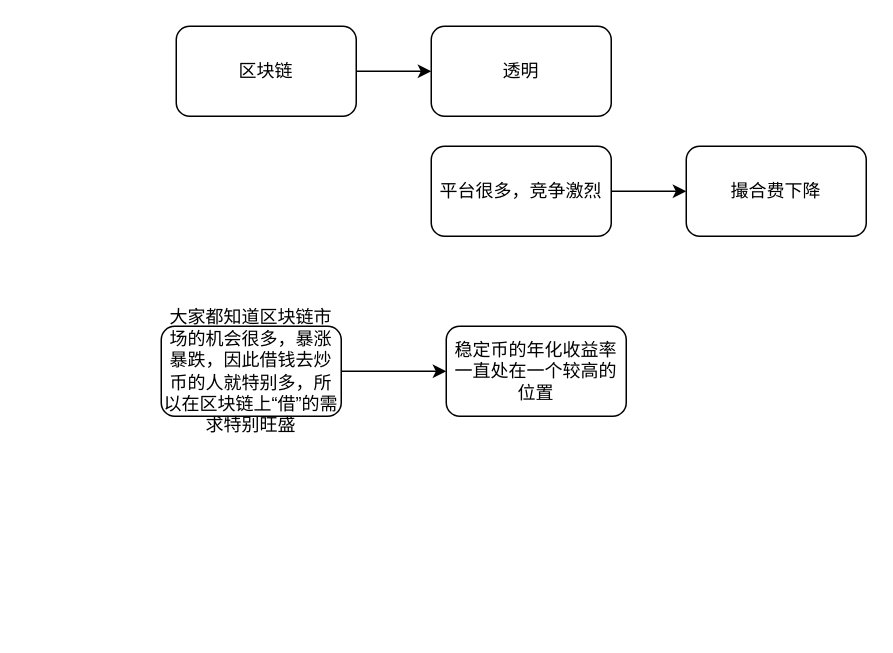
This is web3.drawio from yanhanfrontend/draw.io.workspace, a draw.io file, before an edit. Source tidied: cells renumbered, new cells numbered last; positions are measured from the earlier drawing's top-left corner, leaving out a move shared by most shapes. Both pictures are drawn from the tidied source at 150%, with x=0, y=0 at pixel (160, 26).
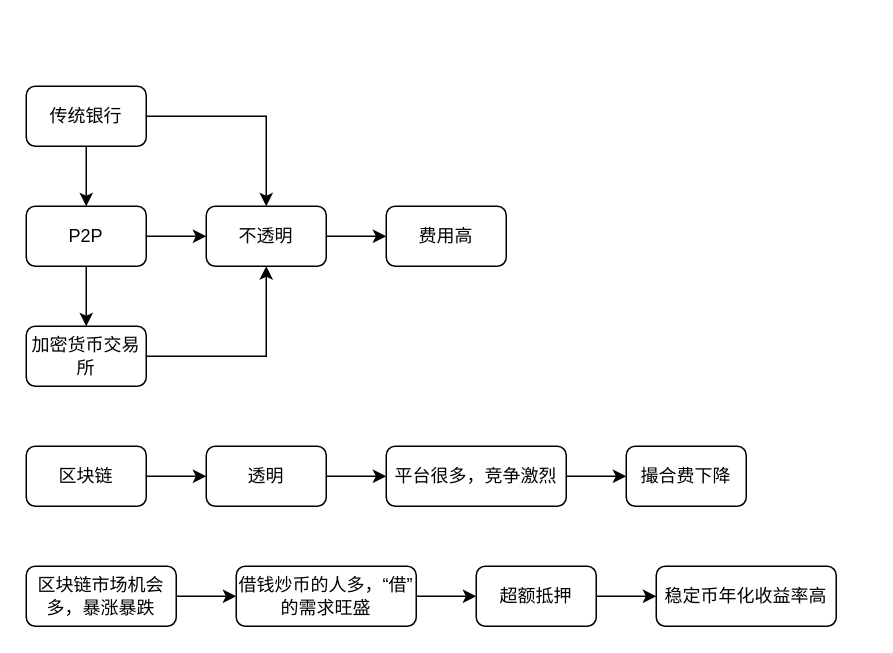
Above is the later version.

Diff of the diagram source:
```diff
@@
-    <mxCell id="2" style="edgeStyle=orthogonalEdgeStyle;rounded=0;jettySize=auto;html=1;" parent="1" edge="1" source="3" target="4">
-      <mxGeometry relative="1" as="geometry" />
-    </mxCell>
+    <mxCell id="11" style="edgeStyle=orthogonalEdgeStyle;rounded=0;jettySize=auto;html=1;" parent="1" edge="1" source="3" target="27">
+      <mxGeometry relative="1" as="geometry" />
+    </mxCell>
-    <mxCell id="3" value="大家都知道区块链市场的机会很多，暴涨暴跌，因此借钱去炒币的人就特别多，所以在区块链上“借”的需求特别旺盛" style="rounded=1;whiteSpace=wrap;html=1;" parent="1" vertex="1">
-      <mxGeometry y="200" width="120" height="60" as="geometry" />
+    <mxCell id="3" value="借钱炒币的人多，“借”的需求旺盛" style="rounded=1;whiteSpace=wrap;html=1;" parent="1" vertex="1">
+      <mxGeometry x="50" y="360" width="120" height="40" as="geometry" />
     </mxCell>
-    <mxCell id="4" value="稳定币的年化收益率一直处在一个较高的位置" style="rounded=1;whiteSpace=wrap;html=1;" parent="1" vertex="1">
-      <mxGeometry x="190" y="200" width="120" height="60" as="geometry" />
+    <mxCell id="4" value="稳定币年化收益率高" style="rounded=1;whiteSpace=wrap;html=1;" parent="1" vertex="1">
+      <mxGeometry x="330" y="360" width="120" height="40" as="geometry" />
     </mxCell>
@@
     <mxCell id="6" value="区块链" style="rounded=1;whiteSpace=wrap;html=1;" parent="1" vertex="1">
-      <mxGeometry x="10" width="120" height="60" as="geometry" />
+      <mxGeometry x="-90" y="280" width="80" height="40" as="geometry" />
     </mxCell>
+    <mxCell id="12" style="edgeStyle=orthogonalEdgeStyle;rounded=0;jettySize=auto;html=1;" parent="1" edge="1" source="7" target="9">
+      <mxGeometry relative="1" as="geometry" />
+    </mxCell>
     <mxCell id="7" value="透明" style="rounded=1;whiteSpace=wrap;html=1;" parent="1" vertex="1">
-      <mxGeometry x="180" width="120" height="60" as="geometry" />
+      <mxGeometry x="30" y="280" width="80" height="40" as="geometry" />
     </mxCell>
@@
     <mxCell id="9" value="平台很多，竞争激烈" style="rounded=1;whiteSpace=wrap;html=1;" parent="1" vertex="1">
-      <mxGeometry x="180" y="80" width="120" height="60" as="geometry" />
+      <mxGeometry x="150" y="280" width="120" height="40" as="geometry" />
     </mxCell>
     <mxCell id="10" value="撮合费下降" style="rounded=1;whiteSpace=wrap;html=1;" parent="1" vertex="1">
-      <mxGeometry x="350" y="80" width="120" height="60" as="geometry" />
+      <mxGeometry x="310" y="280" width="80" height="40" as="geometry" />
     </mxCell>
+    <mxCell id="13" style="edgeStyle=orthogonalEdgeStyle;rounded=0;jettySize=auto;html=1;" parent="1" edge="1" source="14" target="3">
+      <mxGeometry relative="1" as="geometry" />
+    </mxCell>
+    <mxCell id="14" value="区块链市场机会多，暴涨暴跌" style="rounded=1;whiteSpace=wrap;html=1;" parent="1" vertex="1">
+      <mxGeometry x="-90" y="360" width="100" height="40" as="geometry" />
+    </mxCell>
+    <mxCell id="15" style="edgeStyle=orthogonalEdgeStyle;rounded=0;jettySize=auto;html=1;exitX=1;exitY=0.5;exitDx=0;exitDy=0;entryX=0.5;entryY=1;entryDx=0;entryDy=0;" parent="1" edge="1" source="16" target="21">
+      <mxGeometry relative="1" as="geometry" />
+    </mxCell>
+    <mxCell id="16" value="加密货币交易所" style="rounded=1;whiteSpace=wrap;html=1;" parent="1" vertex="1">
+      <mxGeometry x="-90" y="200" width="80" height="40" as="geometry" />
+    </mxCell>
+    <mxCell id="17" style="edgeStyle=orthogonalEdgeStyle;rounded=0;jettySize=auto;html=1;" parent="1" edge="1" source="19" target="24">
+      <mxGeometry relative="1" as="geometry" />
+    </mxCell>
+    <mxCell id="18" style="edgeStyle=orthogonalEdgeStyle;rounded=0;jettySize=auto;html=1;exitX=1;exitY=0.5;exitDx=0;exitDy=0;entryX=0.5;entryY=0;entryDx=0;entryDy=0;" parent="1" edge="1" source="19" target="21">
+      <mxGeometry relative="1" as="geometry" />
+    </mxCell>
+    <mxCell id="19" value="传统银行" style="rounded=1;whiteSpace=wrap;html=1;" parent="1" vertex="1">
+      <mxGeometry x="-90" y="40" width="80" height="40" as="geometry" />
+    </mxCell>
+    <mxCell id="20" style="edgeStyle=orthogonalEdgeStyle;rounded=0;jettySize=auto;html=1;" parent="1" edge="1" source="21" target="25">
+      <mxGeometry relative="1" as="geometry" />
+    </mxCell>
+    <mxCell id="21" value="不透明" style="rounded=1;whiteSpace=wrap;html=1;" parent="1" vertex="1">
+      <mxGeometry x="30" y="120" width="80" height="40" as="geometry" />
+    </mxCell>
+    <mxCell id="22" style="edgeStyle=orthogonalEdgeStyle;rounded=0;jettySize=auto;html=1;" parent="1" edge="1" source="24" target="16">
+      <mxGeometry relative="1" as="geometry" />
+    </mxCell>
+    <mxCell id="23" style="edgeStyle=orthogonalEdgeStyle;rounded=0;jettySize=auto;html=1;" parent="1" edge="1" source="24" target="21">
+      <mxGeometry relative="1" as="geometry" />
+    </mxCell>
+    <mxCell id="24" value="P2P" style="rounded=1;whiteSpace=wrap;html=1;" parent="1" vertex="1">
+      <mxGeometry x="-90" y="120" width="80" height="40" as="geometry" />
+    </mxCell>
+    <mxCell id="25" value="费用高" style="rounded=1;whiteSpace=wrap;html=1;" parent="1" vertex="1">
+      <mxGeometry x="150" y="120" width="80" height="40" as="geometry" />
+    </mxCell>
+    <mxCell id="26" style="edgeStyle=orthogonalEdgeStyle;rounded=0;jettySize=auto;html=1;" parent="1" edge="1" source="27" target="4">
+      <mxGeometry relative="1" as="geometry" />
+    </mxCell>
+    <mxCell id="27" value="超额抵押" style="rounded=1;whiteSpace=wrap;html=1;" parent="1" vertex="1">
+      <mxGeometry x="210" y="360" width="80" height="40" as="geometry" />
+    </mxCell>
```
